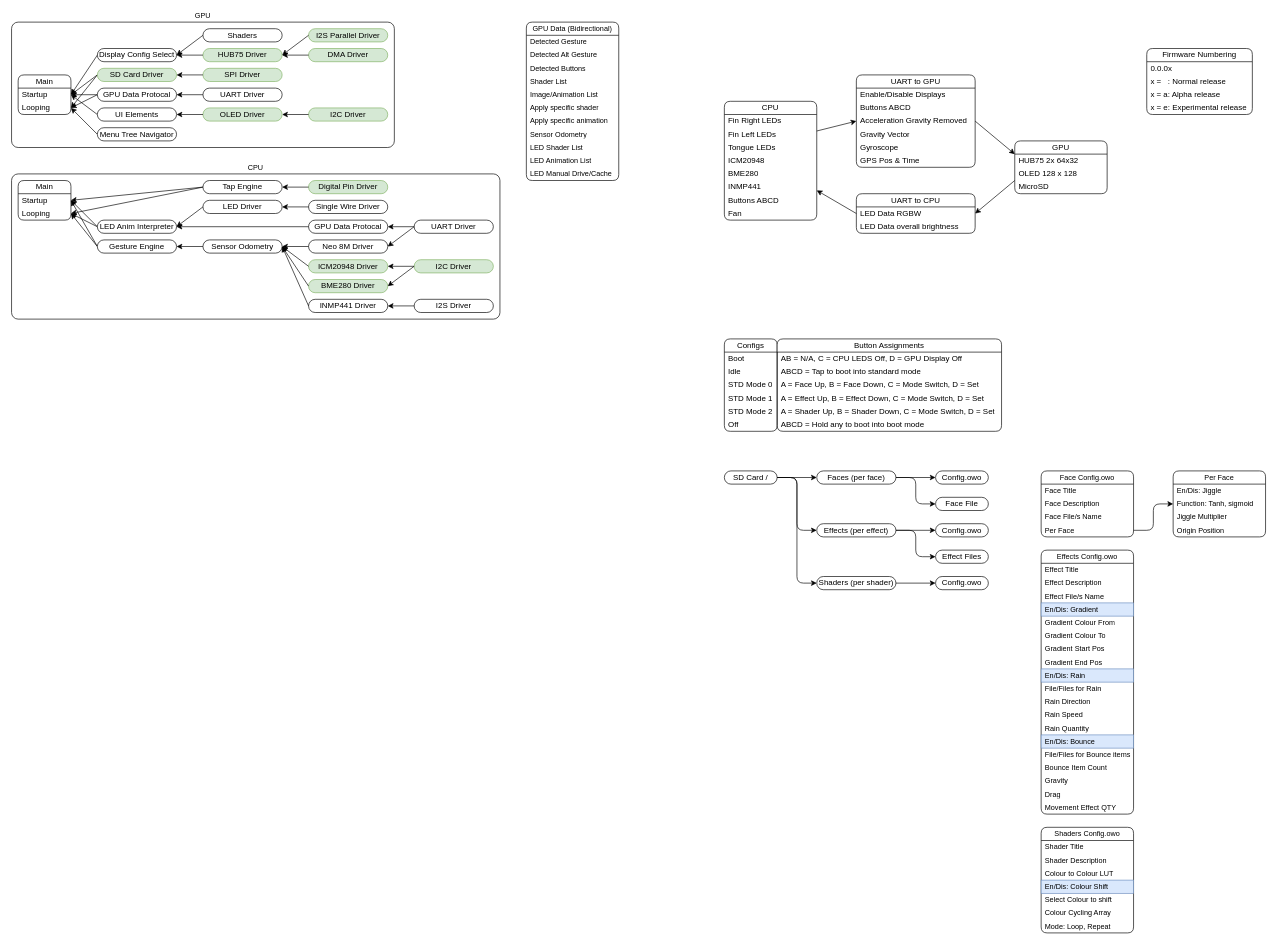
This is page "Alpha Release Stack" (5 of 7) of Documents/Software Diagram (DX.3).drawio from Cyberspecies/Synth-Head, a draw.io file, before an edit. Source tidied: cells renumbered, new cells numbered last; positions are measured from the earlier drawing's top-left corner, leaving out a move shared by most shapes. Both pictures are drawn from the tidied source at 66%, with x=0, y=0 at pixel (11, 22).
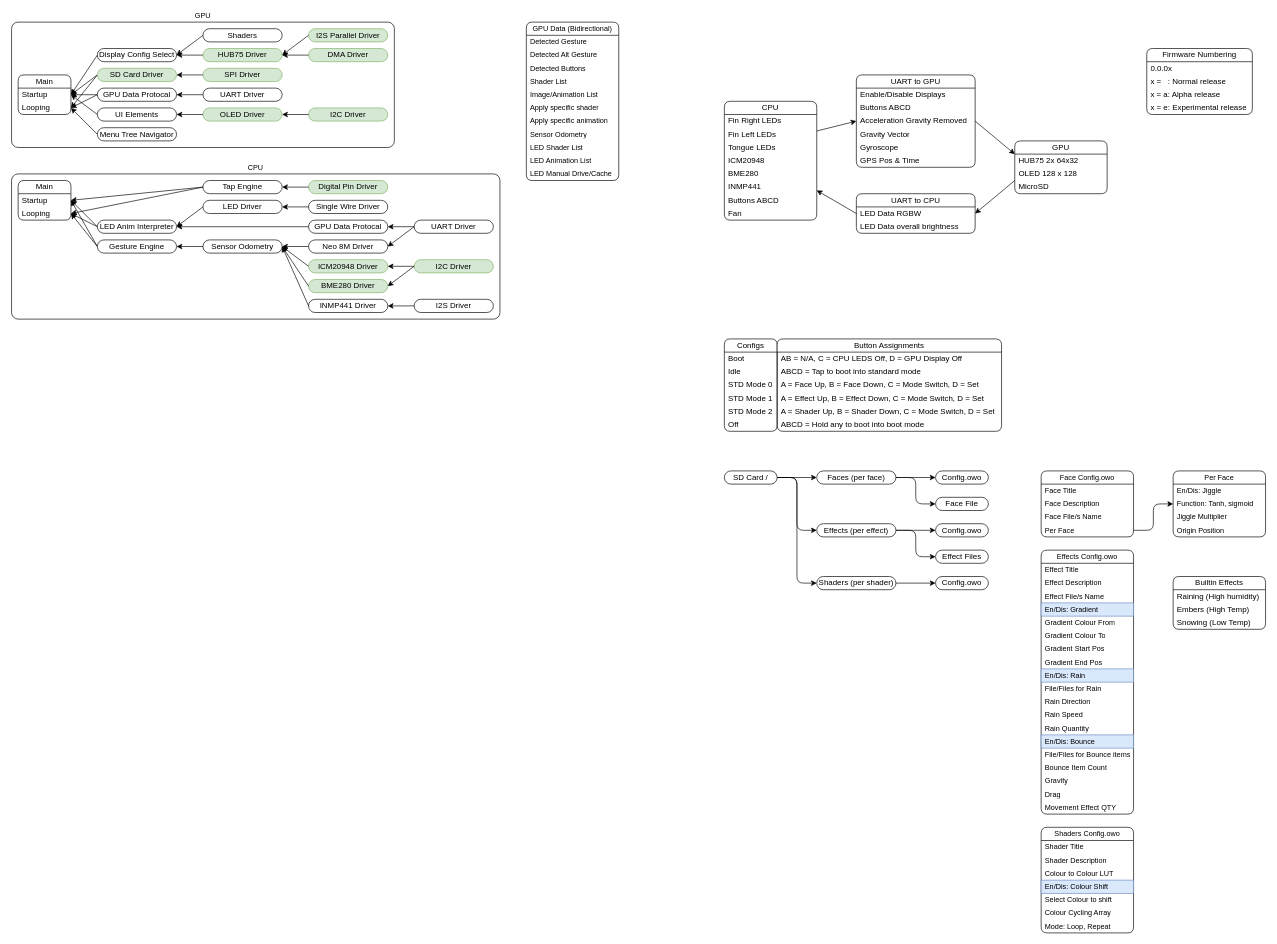
The same diagram, later.

Commit message:
Added Some builtin effects

What changed in the source:
```diff
@@
+    <mxCell id="187" value="Builtin Effects" style="swimlane;fontStyle=0;horizontal=1;startSize=20;whiteSpace=wrap;html=1;rounded=1;" parent="1" vertex="1">
+      <mxGeometry x="1760" y="840" width="140" height="80" as="geometry" />
+    </mxCell>
+    <mxCell id="188" value="Raining (High humidity)" style="text;strokeColor=none;fillColor=none;align=left;verticalAlign=middle;spacingLeft=4;spacingRight=4;overflow=hidden;whiteSpace=wrap;html=1;" parent="187" vertex="1">
+      <mxGeometry y="20" width="140" height="20" as="geometry" />
+    </mxCell>
+    <mxCell id="189" value="Embers (High Temp)" style="text;strokeColor=none;fillColor=none;align=left;verticalAlign=middle;spacingLeft=4;spacingRight=4;overflow=hidden;whiteSpace=wrap;html=1;" parent="187" vertex="1">
+      <mxGeometry y="40" width="140" height="20" as="geometry" />
+    </mxCell>
+    <mxCell id="190" value="Snowing (Low Temp)" style="text;strokeColor=none;fillColor=none;align=left;verticalAlign=middle;spacingLeft=4;spacingRight=4;overflow=hidden;whiteSpace=wrap;html=1;" parent="187" vertex="1">
+      <mxGeometry y="60" width="140" height="20" as="geometry" />
+    </mxCell>
```
